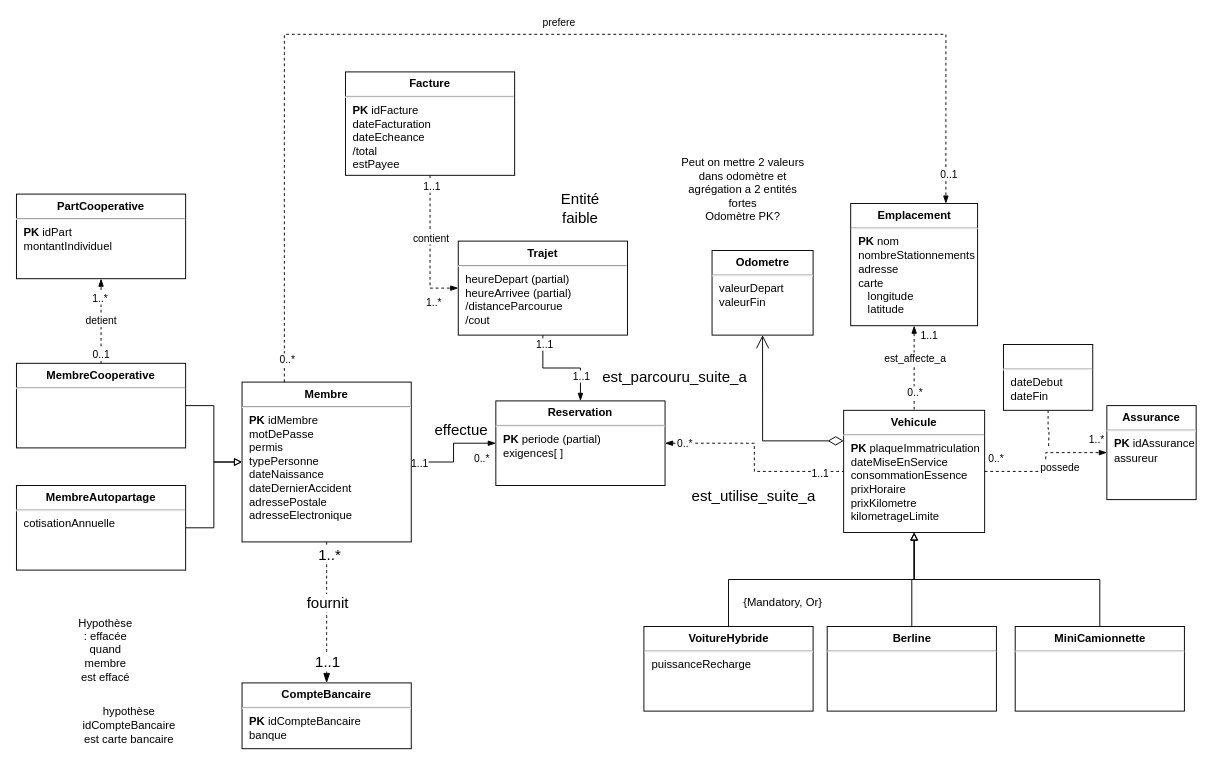
Before: page "Juliette" (2 of 2) of TP4.drawio in lyg2/Reservation-SQL, a draw.io diagram. Source tidied: cells renumbered, new cells numbered last; positions are measured from the earlier drawing's top-left corner, leaving out a move shared by most shapes. Both pictures are drawn from the tidied source at 94%, with x=0, y=0 at pixel (16, 34).
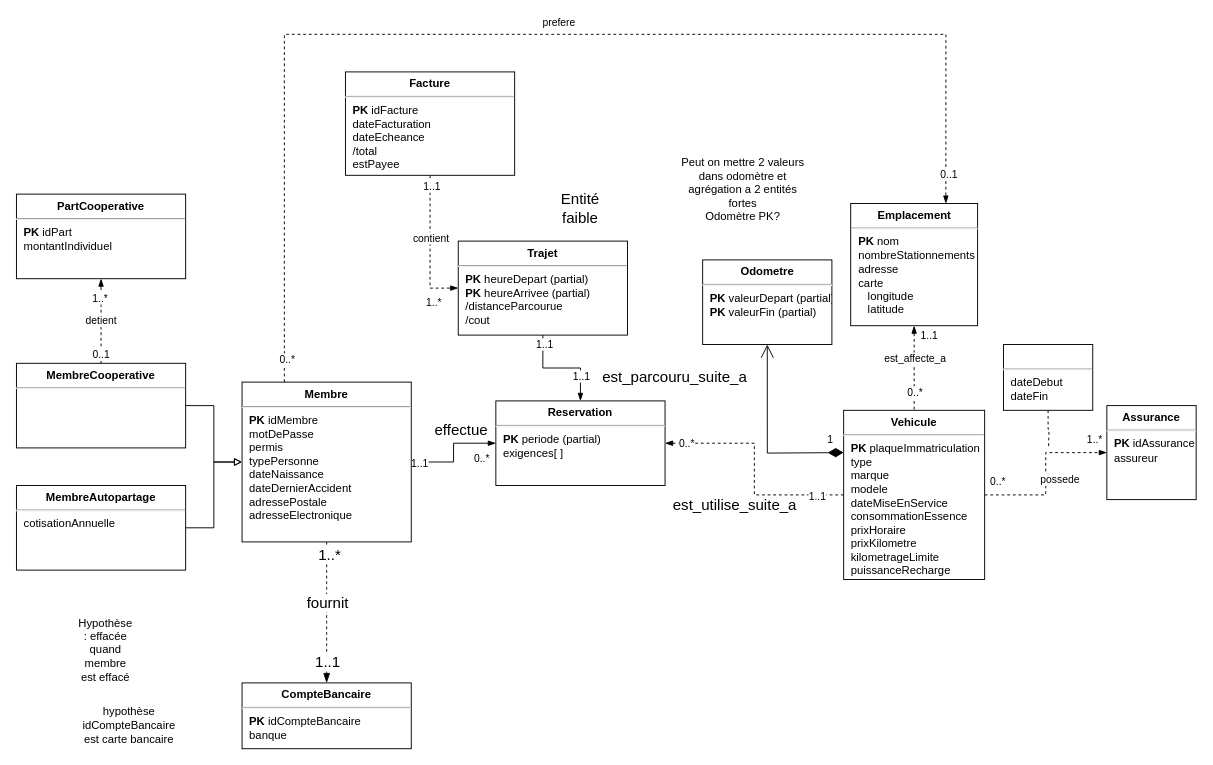
The same page after the edit.

The change refers to these unchanged cells:
```xml
<mxCell id="24" style="edgeStyle=orthogonalEdgeStyle;rounded=0;jettySize=auto;html=1;exitX=1;exitY=0.5;exitDx=0;exitDy=0;entryX=0;entryY=0.5;entryDx=0;entryDy=0;endArrow=none;endFill=0;dashed=1;startArrow=blockThin;startFill=1;" parent="1" edge="1" source="60" target="5">
  <mxGeometry relative="1" as="geometry" />
</mxCell>
```

What changed in the source:
```diff
@@
-    <mxCell id="5" value="&lt;p style=&quot;margin:0px;margin-top:6px;text-align:center;&quot;&gt;&lt;b&gt;Ve&lt;/b&gt;&lt;b style=&quot;background-color: initial;&quot;&gt;hicule&lt;/b&gt;&lt;/p&gt;&lt;hr&gt;&lt;p style=&quot;margin:0px;margin-left:8px;&quot;&gt;&lt;b&gt;PK&lt;/b&gt; plaqueImmatriculation&lt;/p&gt;&lt;p style=&quot;margin:0px;margin-left:8px;&quot;&gt;dateMiseEnService&lt;/p&gt;&lt;p style=&quot;margin:0px;margin-left:8px;&quot;&gt;consommationEssence&lt;/p&gt;&lt;p style=&quot;margin:0px;margin-left:8px;&quot;&gt;prixHoraire&lt;/p&gt;&lt;p style=&quot;margin:0px;margin-left:8px;&quot;&gt;prixKilometre&lt;/p&gt;&lt;p style=&quot;margin:0px;margin-left:8px;&quot;&gt;kilometrageLimite&lt;br&gt;&lt;/p&gt;" style="align=left;overflow=fill;html=1;" parent="1" vertex="1">
-      <mxGeometry x="880" y="400" width="150" height="130" as="geometry" />
+    <mxCell id="5" value="&lt;p style=&quot;margin:0px;margin-top:6px;text-align:center;&quot;&gt;&lt;b&gt;Ve&lt;/b&gt;&lt;b style=&quot;background-color: initial;&quot;&gt;hicule&lt;/b&gt;&lt;/p&gt;&lt;hr&gt;&lt;p style=&quot;margin:0px;margin-left:8px;&quot;&gt;&lt;b&gt;PK&lt;/b&gt; plaqueImmatriculation&lt;/p&gt;&lt;p style=&quot;border-color: var(--border-color); margin: 0px 0px 0px 8px;&quot;&gt;type&lt;/p&gt;&lt;p style=&quot;border-color: var(--border-color); margin: 0px 0px 0px 8px;&quot;&gt;marque&lt;br style=&quot;border-color: var(--border-color);&quot;&gt;&lt;/p&gt;&lt;p style=&quot;border-color: var(--border-color); margin: 0px 0px 0px 8px;&quot;&gt;modele&lt;/p&gt;&lt;p style=&quot;margin:0px;margin-left:8px;&quot;&gt;dateMiseEnService&lt;/p&gt;&lt;p style=&quot;margin:0px;margin-left:8px;&quot;&gt;consommationEssence&lt;/p&gt;&lt;p style=&quot;margin:0px;margin-left:8px;&quot;&gt;prixHoraire&lt;/p&gt;&lt;p style=&quot;margin:0px;margin-left:8px;&quot;&gt;prixKilometre&lt;/p&gt;&lt;p style=&quot;margin:0px;margin-left:8px;&quot;&gt;kilometrageLimite&lt;/p&gt;&lt;p style=&quot;margin:0px;margin-left:8px;&quot;&gt;puissanceRecharge&lt;br&gt;&lt;/p&gt;&lt;p style=&quot;margin:0px;margin-left:8px;&quot;&gt;&lt;br&gt;&lt;/p&gt;" style="align=left;overflow=fill;html=1;" parent="1" vertex="1">
+      <mxGeometry x="880" y="400" width="150" height="180" as="geometry" />
     </mxCell>
-    <mxCell id="6" style="edgeStyle=orthogonalEdgeStyle;rounded=0;jettySize=auto;html=1;exitX=0.5;exitY=0;exitDx=0;exitDy=0;entryX=0.5;entryY=1;entryDx=0;entryDy=0;endArrow=block;endFill=0;" parent="1" edge="1" source="7" target="5">
-      <mxGeometry relative="1" as="geometry" />
-    </mxCell>
-    <mxCell id="7" value="&lt;p style=&quot;margin:0px;margin-top:6px;text-align:center;&quot;&gt;&lt;b&gt;VoitureHybride&lt;/b&gt;&lt;/p&gt;&lt;hr&gt;&lt;p style=&quot;margin:0px;margin-left:8px;&quot;&gt;puissanceRecharge&lt;/p&gt;" style="align=left;overflow=fill;html=1;" parent="1" vertex="1">
-      <mxGeometry x="667.5" y="630" width="180" height="90" as="geometry" />
-    </mxCell>
-    <mxCell id="8" style="edgeStyle=orthogonalEdgeStyle;rounded=0;jettySize=auto;html=1;exitX=0.5;exitY=0;exitDx=0;exitDy=0;entryX=0.5;entryY=1;entryDx=0;entryDy=0;endArrow=block;endFill=0;" parent="1" edge="1" source="9" target="5">
-      <mxGeometry relative="1" as="geometry" />
-    </mxCell>
-    <mxCell id="9" value="&lt;p style=&quot;margin:0px;margin-top:6px;text-align:center;&quot;&gt;&lt;b&gt;MiniCamionnette&lt;/b&gt;&lt;/p&gt;&lt;hr&gt;&lt;p style=&quot;margin:0px;margin-left:8px;&quot;&gt;&lt;br&gt;&lt;/p&gt;" style="align=left;overflow=fill;html=1;" parent="1" vertex="1">
-      <mxGeometry x="1062.5" y="630" width="180" height="90" as="geometry" />
-    </mxCell>
-    <mxCell id="10" style="edgeStyle=orthogonalEdgeStyle;rounded=0;jettySize=auto;html=1;exitX=0.5;exitY=0;exitDx=0;exitDy=0;entryX=0.5;entryY=1;entryDx=0;entryDy=0;endArrow=block;endFill=0;" parent="1" edge="1" source="11" target="5">
-      <mxGeometry relative="1" as="geometry" />
-    </mxCell>
-    <mxCell id="11" value="&lt;p style=&quot;margin:0px;margin-top:6px;text-align:center;&quot;&gt;&lt;b&gt;Berline&lt;/b&gt;&lt;/p&gt;&lt;hr&gt;&lt;p style=&quot;margin:0px;margin-left:8px;&quot;&gt;&lt;br&gt;&lt;/p&gt;" style="align=left;overflow=fill;html=1;" parent="1" vertex="1">
-      <mxGeometry x="862.5" y="630" width="180" height="90" as="geometry" />
-    </mxCell>
-    <mxCell id="12" value="{Mandatory, Or}" style="text;html=1;strokeColor=none;fillColor=none;align=center;verticalAlign=middle;whiteSpace=wrap;rounded=0;" parent="1" vertex="1">
-      <mxGeometry x="767.5" y="590" width="95" height="30" as="geometry" />
-    </mxCell>
@@
     <mxCell id="25" value="est_utilise_suite_a" style="edgeLabel;html=1;align=center;verticalAlign=middle;fontSize=16;" parent="24" vertex="1">
       <mxGeometry x="-0.3" relative="1" as="geometry">
-        <mxPoint x="16" y="55" as="offset" />
+        <mxPoint x="-13" y="65" as="offset" />
       </mxGeometry>
     </mxCell>
@@
-    <mxCell id="37" value="&lt;p style=&quot;margin:0px;margin-top:6px;text-align:center;&quot;&gt;&lt;b&gt;Trajet&lt;/b&gt;&lt;/p&gt;&lt;hr&gt;&lt;p style=&quot;margin:0px;margin-left:8px;&quot;&gt;heureDepart (partial)&lt;/p&gt;&lt;p style=&quot;margin:0px;margin-left:8px;&quot;&gt;heureArrivee (partial)&lt;/p&gt;&lt;p style=&quot;margin:0px;margin-left:8px;&quot;&gt;/distanceParcourue&lt;/p&gt;&lt;p style=&quot;margin:0px;margin-left:8px;&quot;&gt;/cout&lt;/p&gt;" style="align=left;overflow=fill;html=1;" parent="1" vertex="1">
+    <mxCell id="37" value="&lt;p style=&quot;margin:0px;margin-top:6px;text-align:center;&quot;&gt;&lt;b&gt;Trajet&lt;/b&gt;&lt;/p&gt;&lt;hr&gt;&lt;p style=&quot;margin:0px;margin-left:8px;&quot;&gt;&lt;b&gt;PK&lt;/b&gt; heureDepart (partial)&lt;/p&gt;&lt;p style=&quot;margin:0px;margin-left:8px;&quot;&gt;&lt;b&gt;PK&lt;/b&gt; heureArrivee (partial)&lt;/p&gt;&lt;p style=&quot;margin:0px;margin-left:8px;&quot;&gt;/distanceParcourue&lt;/p&gt;&lt;p style=&quot;margin:0px;margin-left:8px;&quot;&gt;/cout&lt;/p&gt;" style="align=left;overflow=fill;html=1;" parent="1" vertex="1">
       <mxGeometry x="470" y="220" width="180" height="100" as="geometry" />
     </mxCell>
-    <mxCell id="38" value="&lt;p style=&quot;margin:0px;margin-top:6px;text-align:center;&quot;&gt;&lt;b&gt;Odometre&lt;/b&gt;&lt;/p&gt;&lt;hr&gt;&lt;p style=&quot;margin:0px;margin-left:8px;&quot;&gt;valeurDepart&lt;/p&gt;&lt;p style=&quot;margin:0px;margin-left:8px;&quot;&gt;valeurFin&lt;/p&gt;" style="align=left;overflow=fill;html=1;" parent="1" vertex="1">
-      <mxGeometry x="740" y="230" width="107.5" height="90" as="geometry" />
+    <mxCell id="38" value="&lt;p style=&quot;margin:0px;margin-top:6px;text-align:center;&quot;&gt;&lt;b&gt;Odometre&lt;/b&gt;&lt;/p&gt;&lt;hr&gt;&lt;p style=&quot;margin:0px;margin-left:8px;&quot;&gt;&lt;b&gt;PK&lt;/b&gt; valeurDepart (partial)&lt;/p&gt;&lt;p style=&quot;margin:0px;margin-left:8px;&quot;&gt;&lt;b&gt;PK&lt;/b&gt; valeurFin (partial)&lt;/p&gt;" style="align=left;overflow=fill;html=1;" parent="1" vertex="1">
+      <mxGeometry x="730" y="240" width="137.5" height="90" as="geometry" />
     </mxCell>
@@
-    <mxCell id="62" style="endArrow=open;html=1;endSize=12;startArrow=diamondThin;startSize=14;startFill=0;edgeStyle=orthogonalEdgeStyle;align=left;verticalAlign=bottom;rounded=0;entryX=0.5;entryY=1;entryDx=0;entryDy=0;exitX=0;exitY=0.25;exitDx=0;exitDy=0;" parent="1" edge="1" source="5" target="38">
-      <mxGeometry x="-1" y="3" relative="1" as="geometry" />
-    </mxCell>
@@
+    <mxCell id="64" value="1" style="endArrow=open;html=1;endSize=12;startArrow=diamondThin;startSize=14;startFill=1;edgeStyle=orthogonalEdgeStyle;align=left;verticalAlign=bottom;rounded=0;entryX=0.5;entryY=1;entryDx=0;entryDy=0;" parent="1" edge="1" target="38">
+      <mxGeometry x="-0.81" y="-5" relative="1" as="geometry">
+        <mxPoint x="880" y="445" as="sourcePoint" />
+      </mxGeometry>
+    </mxCell>
```
